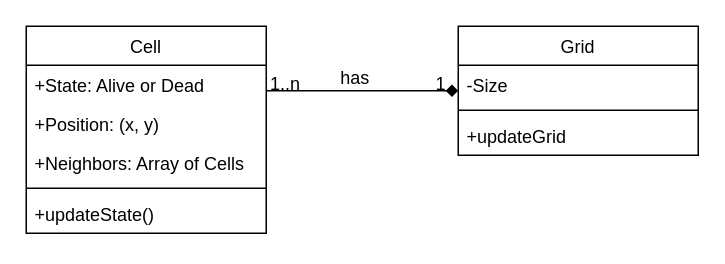
The draw.io diagram Untitled Diagram.drawio in trujimat/Crustaceans-of-life, before the edit. Source tidied: cells renumbered, new cells numbered last; positions are measured from the earlier drawing's top-left corner, leaving out a move shared by most shapes. Both pictures are drawn from the tidied source at 150%, with x=0, y=0 at pixel (26, 26).
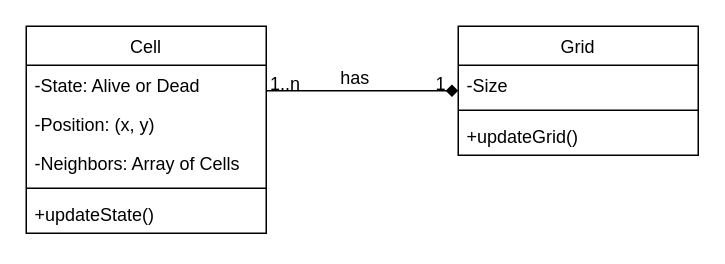
Above is the later version.

What changed in the source:
```diff
@@
 <mxGraphModel>
   <root>
     <mxCell id="0" />
     <mxCell id="1" parent="0" />
     <mxCell id="2" value="Cell" style="swimlane;fontStyle=0;align=center;verticalAlign=top;horizontal=1;startSize=26;rounded=0;shadow=0;strokeWidth=1;" parent="1" vertex="1">
       <mxGeometry width="160" height="138" as="geometry" />
     </mxCell>
-    <mxCell id="3" value="+State: Alive or Dead" style="text;align=left;verticalAlign=top;spacingLeft=4;spacingRight=4;overflow=hidden;" parent="2" vertex="1">
+    <mxCell id="3" value="-State: Alive or Dead" style="text;align=left;verticalAlign=top;spacingLeft=4;spacingRight=4;overflow=hidden;" parent="2" vertex="1">
       <mxGeometry y="26" width="160" height="26" as="geometry" />
     </mxCell>
-    <mxCell id="4" value="+Position: (x, y)" style="text;align=left;verticalAlign=top;spacingLeft=4;spacingRight=4;overflow=hidden;rounded=0;shadow=0;html=0;" parent="2" vertex="1">
+    <mxCell id="4" value="-Position: (x, y)" style="text;align=left;verticalAlign=top;spacingLeft=4;spacingRight=4;overflow=hidden;rounded=0;shadow=0;html=0;" parent="2" vertex="1">
       <mxGeometry y="52" width="160" height="26" as="geometry" />
     </mxCell>
-    <mxCell id="5" value="+Neighbors: Array of Cells" style="text;align=left;verticalAlign=top;spacingLeft=4;spacingRight=4;overflow=hidden;rounded=0;shadow=0;html=0;" parent="2" vertex="1">
+    <mxCell id="5" value="-Neighbors: Array of Cells" style="text;align=left;verticalAlign=top;spacingLeft=4;spacingRight=4;overflow=hidden;rounded=0;shadow=0;html=0;" parent="2" vertex="1">
       <mxGeometry y="78" width="160" height="26" as="geometry" />
     </mxCell>
     <mxCell id="6" style="line;html=1;strokeWidth=1;align=left;verticalAlign=middle;spacingTop=-1;spacingLeft=3;spacingRight=3;labelPosition=right;" parent="2" vertex="1">
       <mxGeometry y="104" width="160" height="8" as="geometry" />
     </mxCell>
     <mxCell id="7" value="+updateState()" style="text;align=left;verticalAlign=top;spacingLeft=4;spacingRight=4;overflow=hidden;" parent="2" vertex="1">
       <mxGeometry y="112" width="160" height="26" as="geometry" />
     </mxCell>
     <mxCell id="8" value="Grid" style="swimlane;fontStyle=0;align=center;verticalAlign=top;horizontal=1;startSize=26;rounded=0;shadow=0;strokeWidth=1;" parent="1" vertex="1">
       <mxGeometry x="288" width="160" height="86" as="geometry" />
     </mxCell>
     <mxCell id="9" value="-Size" style="text;align=left;verticalAlign=top;spacingLeft=4;spacingRight=4;overflow=hidden;" parent="8" vertex="1">
       <mxGeometry y="26" width="160" height="26" as="geometry" />
     </mxCell>
     <mxCell id="10" style="line;html=1;strokeWidth=1;align=left;verticalAlign=middle;spacingTop=-1;spacingLeft=3;spacingRight=3;labelPosition=right;" parent="8" vertex="1">
       <mxGeometry y="52" width="160" height="8" as="geometry" />
     </mxCell>
-    <mxCell id="11" value="+updateGrid" style="text;align=left;verticalAlign=top;spacingLeft=4;spacingRight=4;overflow=hidden;" parent="8" vertex="1">
+    <mxCell id="11" value="+updateGrid()" style="text;align=left;verticalAlign=top;spacingLeft=4;spacingRight=4;overflow=hidden;" parent="8" vertex="1">
       <mxGeometry y="60" width="160" height="26" as="geometry" />
     </mxCell>
     <mxCell id="12" style="endArrow=diamond;shadow=0;strokeWidth=1;rounded=0;curved=0;endFill=1;edgeStyle=elbowEdgeStyle;elbow=vertical;" parent="1" edge="1" source="2" target="8">
       <mxGeometry x="0.5" y="41" relative="1" as="geometry">
         <mxPoint x="-40" y="32" as="offset" />
       </mxGeometry>
     </mxCell>
     <mxCell id="13" value="1..n" style="align=left;verticalAlign=bottom;labelBackgroundColor=none;fontSize=12;" parent="12" vertex="1">
       <mxGeometry x="-1" relative="1" as="geometry">
         <mxPoint x="1" y="4" as="offset" />
       </mxGeometry>
     </mxCell>
     <mxCell id="14" value="1" style="align=right;verticalAlign=bottom;labelBackgroundColor=none;fontSize=12;" parent="12" vertex="1">
       <mxGeometry x="1" relative="1" as="geometry">
         <mxPoint x="-7" y="4" as="offset" />
       </mxGeometry>
     </mxCell>
     <mxCell id="15" value="has" style="text;html=1;align=center;verticalAlign=middle;labelBackgroundColor=none;rounded=0;shadow=0;strokeWidth=1;fontSize=12;" parent="12" vertex="1">
       <mxGeometry x="0.5" y="49" relative="1" as="geometry">
         <mxPoint x="-38" y="40" as="offset" />
       </mxGeometry>
     </mxCell>
   </root>
 </mxGraphModel>
```
